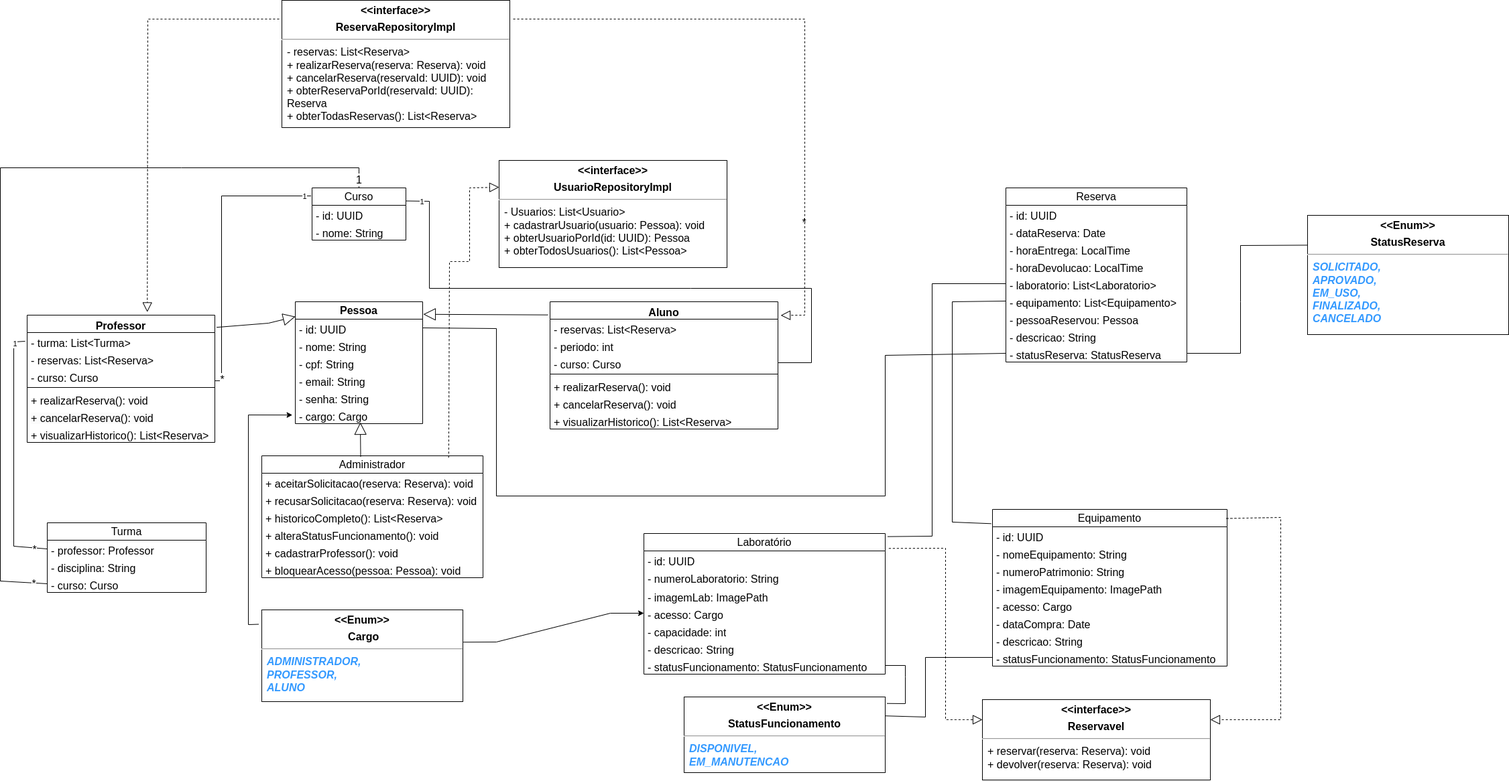
luisfelipe03/Reserva keeps this draw.io diagram as Diagrama de classe.png. Above is the earlier version. Source tidied: cells renumbered, new cells last; positions are measured from the earlier drawing's top-left corner, leaving out a move shared by most shapes.
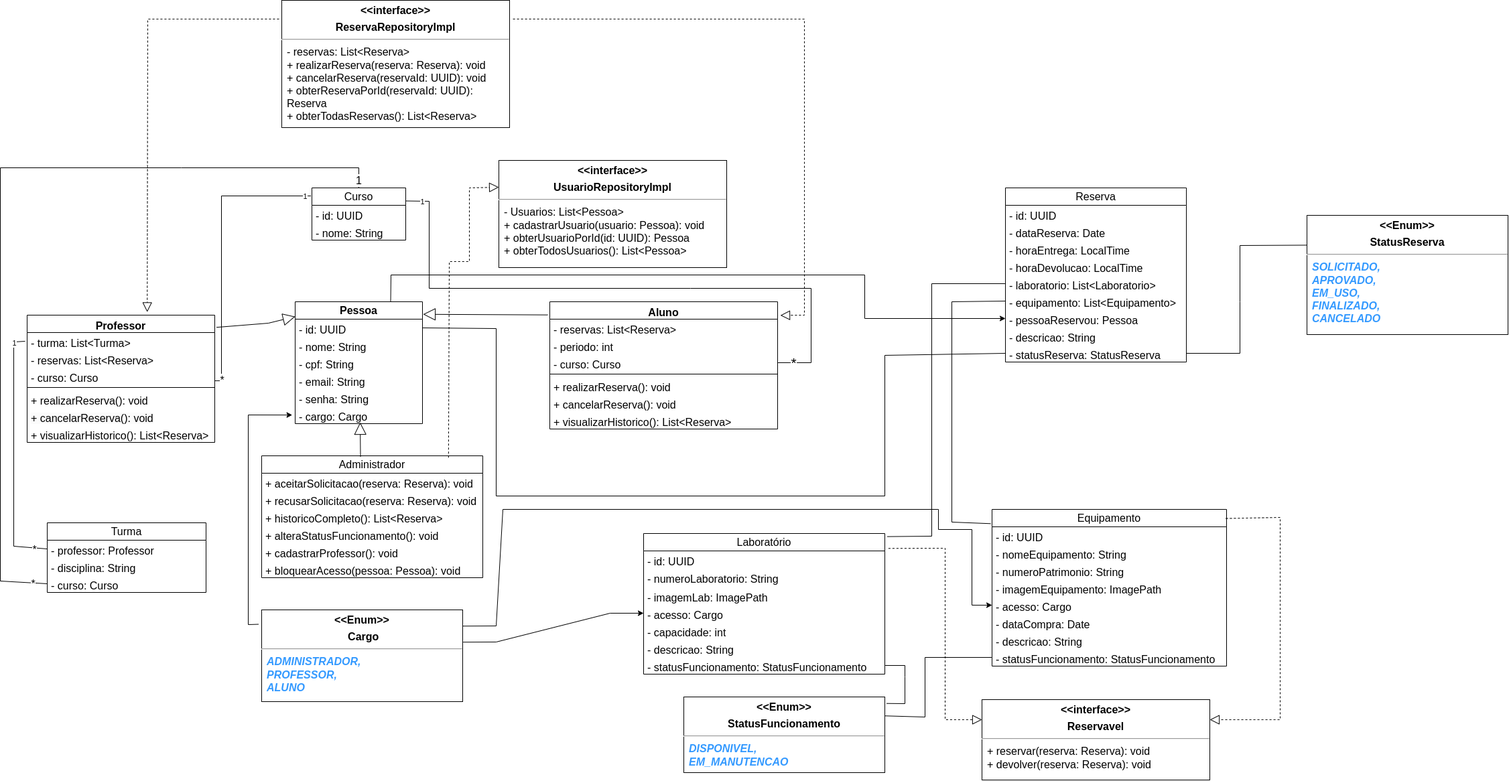
The same diagram one commit later.

Diff of the diagram source:
```diff
@@ -243,10 +243,8 @@
     <mxCell id="67" value="1" style="edgeLabel;html=1;align=center;verticalAlign=middle;" parent="66" vertex="1">
       <mxGeometry x="0.95" relative="1" as="geometry" />
     </mxCell>
-    <mxCell id="68" value="&lt;font style=&quot;font-size: 16px;&quot;&gt;*&lt;/font&gt;" style="edgeLabel;html=1;align=center;verticalAlign=middle;" parent="66" vertex="1">
-      <mxGeometry x="-0.96" relative="1" as="geometry">
-        <mxPoint x="20" y="-210" as="offset" />
-      </mxGeometry>
+    <mxCell id="68" value="&lt;font style=&quot;font-size: 21px;&quot;&gt;*&lt;/font&gt;" style="edgeLabel;html=1;align=center;verticalAlign=middle;" parent="66" vertex="1">
+      <mxGeometry x="-0.95" y="1" relative="1" as="geometry" />
     </mxCell>
     <mxCell id="69" value="&lt;p style=&quot;margin: 6px 0px 0px; text-align: center; font-size: 16px;&quot;&gt;&lt;b style=&quot;&quot;&gt;&lt;font style=&quot;font-size: 16px;&quot;&gt;&amp;lt;&amp;lt;interface&amp;gt;&amp;gt;&lt;/font&gt;&lt;/b&gt;&lt;/p&gt;&lt;p style=&quot;margin: 6px 0px 0px; text-align: center; font-size: 16px;&quot;&gt;&lt;b&gt;&lt;font style=&quot;font-size: 16px;&quot;&gt;Reservavel&lt;/font&gt;&lt;/b&gt;&lt;/p&gt;&lt;hr style=&quot;font-size: 16px;&quot;&gt;&lt;p style=&quot;margin: 0px 0px 0px 8px; font-size: 16px;&quot;&gt;&lt;font style=&quot;font-size: 16px;&quot;&gt;+ reservar(reserva: Reserva): void&lt;br&gt;+ devolver(reserva: Reserva): void&amp;nbsp;&lt;br&gt;&lt;/font&gt;&lt;/p&gt;" style="align=left;overflow=fill;html=1;whiteSpace=wrap;" parent="1" vertex="1">
       <mxGeometry x="1465" y="1044" width="340" height="120" as="geometry" />
@@ -341,7 +339,7 @@
     <mxCell id="90" value="+ visualizarHistorico(): List&amp;lt;Reserva&amp;gt;" style="text;strokeColor=none;fillColor=none;align=left;verticalAlign=top;spacingLeft=4;spacingRight=4;overflow=hidden;whiteSpace=wrap;html=1;fontSize=16;" parent="83" vertex="1">
       <mxGeometry y="164" width="340" height="26" as="geometry" />
     </mxCell>
-    <mxCell id="91" value="&lt;p style=&quot;margin: 6px 0px 0px; text-align: center; font-size: 16px;&quot;&gt;&lt;b style=&quot;&quot;&gt;&lt;font style=&quot;font-size: 16px;&quot;&gt;&amp;lt;&amp;lt;interface&amp;gt;&amp;gt;&lt;/font&gt;&lt;/b&gt;&lt;/p&gt;&lt;p style=&quot;margin: 6px 0px 0px; text-align: center; font-size: 16px;&quot;&gt;&lt;b&gt;&lt;font style=&quot;font-size: 16px;&quot;&gt;UsuarioRepositoryImpl&lt;/font&gt;&lt;/b&gt;&lt;/p&gt;&lt;hr style=&quot;font-size: 16px;&quot;&gt;&lt;p style=&quot;margin: 0px 0px 0px 8px; font-size: 16px;&quot;&gt;&lt;font style=&quot;font-size: 16px;&quot;&gt;- Usuarios: List&amp;lt;Usuario&amp;gt;&lt;/font&gt;&lt;/p&gt;&lt;p style=&quot;margin: 0px 0px 0px 8px; font-size: 16px;&quot;&gt;&lt;font style=&quot;font-size: 16px;&quot;&gt;+ cadastrarUsuario(usuario: Pessoa): void&amp;nbsp;&lt;/font&gt;&lt;/p&gt;&lt;p style=&quot;margin: 0px 0px 0px 8px; font-size: 16px;&quot;&gt;&lt;font style=&quot;font-size: 16px;&quot;&gt;+ obterUsuarioPorId(id: UUID): Pessoa&amp;nbsp;&lt;/font&gt;&lt;/p&gt;&lt;p style=&quot;margin: 0px 0px 0px 8px; font-size: 16px;&quot;&gt;&lt;font style=&quot;font-size: 16px;&quot;&gt;+ obterTodosUsuarios(): List&amp;lt;Pessoa&amp;gt;&lt;/font&gt;&lt;br&gt;&lt;/p&gt;" style="align=left;overflow=fill;html=1;whiteSpace=wrap;" parent="1" vertex="1">
+    <mxCell id="91" value="&lt;p style=&quot;margin: 6px 0px 0px; text-align: center; font-size: 16px;&quot;&gt;&lt;b style=&quot;&quot;&gt;&lt;font style=&quot;font-size: 16px;&quot;&gt;&amp;lt;&amp;lt;interface&amp;gt;&amp;gt;&lt;/font&gt;&lt;/b&gt;&lt;/p&gt;&lt;p style=&quot;margin: 6px 0px 0px; text-align: center; font-size: 16px;&quot;&gt;&lt;b&gt;&lt;font style=&quot;font-size: 16px;&quot;&gt;UsuarioRepositoryImpl&lt;/font&gt;&lt;/b&gt;&lt;/p&gt;&lt;hr style=&quot;font-size: 16px;&quot;&gt;&lt;p style=&quot;margin: 0px 0px 0px 8px; font-size: 16px;&quot;&gt;&lt;font style=&quot;font-size: 16px;&quot;&gt;- Usuarios: List&amp;lt;Pessoa&amp;gt;&lt;/font&gt;&lt;/p&gt;&lt;p style=&quot;margin: 0px 0px 0px 8px; font-size: 16px;&quot;&gt;&lt;font style=&quot;font-size: 16px;&quot;&gt;+ cadastrarUsuario(usuario: Pessoa): void&amp;nbsp;&lt;/font&gt;&lt;/p&gt;&lt;p style=&quot;margin: 0px 0px 0px 8px; font-size: 16px;&quot;&gt;&lt;font style=&quot;font-size: 16px;&quot;&gt;+ obterUsuarioPorId(id: UUID): Pessoa&amp;nbsp;&lt;/font&gt;&lt;/p&gt;&lt;p style=&quot;margin: 0px 0px 0px 8px; font-size: 16px;&quot;&gt;&lt;font style=&quot;font-size: 16px;&quot;&gt;+ obterTodosUsuarios(): List&amp;lt;Pessoa&amp;gt;&lt;/font&gt;&lt;br&gt;&lt;/p&gt;" style="align=left;overflow=fill;html=1;whiteSpace=wrap;" parent="1" vertex="1">
       <mxGeometry x="744" y="239" width="340" height="160" as="geometry" />
     </mxCell>
     <mxCell id="92" value="&lt;p style=&quot;margin: 6px 0px 0px; text-align: center; font-size: 16px;&quot;&gt;&lt;b style=&quot;&quot;&gt;&lt;font style=&quot;font-size: 16px;&quot;&gt;&amp;lt;&amp;lt;interface&amp;gt;&amp;gt;&lt;/font&gt;&lt;/b&gt;&lt;/p&gt;&lt;p style=&quot;margin: 6px 0px 0px; text-align: center; font-size: 16px;&quot;&gt;&lt;font style=&quot;font-size: 16px;&quot;&gt;&lt;b&gt;ReservaRepositoryImpl&lt;/b&gt;&lt;br&gt;&lt;/font&gt;&lt;/p&gt;&lt;hr style=&quot;font-size: 16px;&quot;&gt;&lt;p style=&quot;margin: 0px 0px 0px 8px; font-size: 16px;&quot;&gt;&lt;font style=&quot;font-size: 16px;&quot;&gt;- reservas: List&amp;lt;Reserva&amp;gt;&lt;br&gt;    + realizarReserva(reserva: Reserva): void&lt;br&gt;    + cancelarReserva(reservaId: UUID): void&lt;br&gt;    + obterReservaPorId(reservaId: UUID): Reserva&lt;br&gt;    + obterTodasReservas(): List&amp;lt;Reserva&amp;gt;&lt;/font&gt;&lt;br&gt;&lt;/p&gt;" style="align=left;overflow=fill;html=1;whiteSpace=wrap;" parent="1" vertex="1">
@@ -404,5 +402,27 @@
         </Array>
       </mxGeometry>
     </mxCell>
+    <mxCell id="100" style="endArrow=classic;html=1;rounded=0;exitX=1;exitY=0.25;exitDx=0;exitDy=0;entryX=0;entryY=0.5;entryDx=0;entryDy=0;" parent="1" edge="1" target="7">
+      <mxGeometry relative="1" as="geometry">
+        <mxPoint x="690" y="934.2" as="sourcePoint" />
+        <Array as="points">
+          <mxPoint x="740" y="934" />
+          <mxPoint x="750" y="760" />
+          <mxPoint x="1400" y="760" />
+          <mxPoint x="1400" y="790" />
+          <mxPoint x="1450" y="790" />
+          <mxPoint x="1450" y="903" />
+        </Array>
+      </mxGeometry>
+    </mxCell>
+    <mxCell id="101" style="endArrow=classic;html=1;rounded=0;entryX=0;entryY=0.5;entryDx=0;entryDy=0;exitX=0.75;exitY=0;exitDx=0;exitDy=0;" parent="1" edge="1" source="43" target="33">
+      <mxGeometry relative="1" as="geometry">
+        <Array as="points">
+          <mxPoint x="583" y="410" />
+          <mxPoint x="1290" y="410" />
+          <mxPoint x="1290" y="475" />
+        </Array>
+      </mxGeometry>
+    </mxCell>
   </root>
 </mxGraphModel>
```
